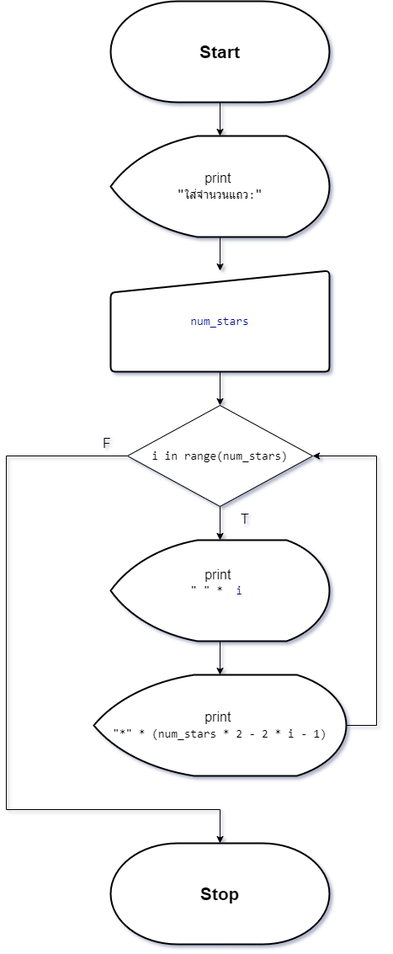
Earlier version of the draw.io export asset/F_png_file/sp_2.drawio.png (TeaplusSsuwan/graphic_code). Source tidied: cells renumbered, new cells last; positions are measured from the earlier drawing's top-left corner, leaving out a move shared by most shapes.
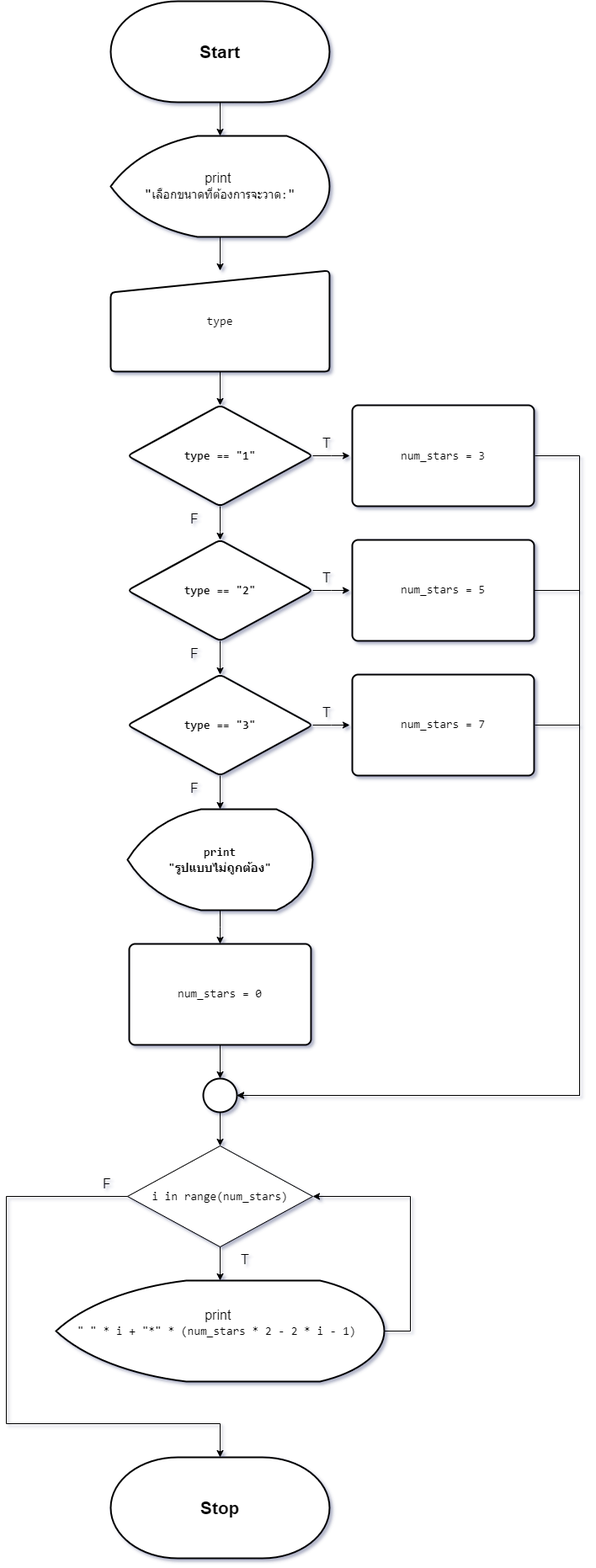
The same diagram one commit later.

Diff of the diagram source:
```diff
@@ -8,58 +8,163 @@
     <mxCell id="3" style="edgeStyle=orthogonalEdgeStyle;rounded=0;jettySize=auto;html=1;entryX=0.5;entryY=0;entryDx=0;entryDy=0;" parent="1" edge="1" source="4" target="7">
       <mxGeometry relative="1" as="geometry" />
     </mxCell>
-    <mxCell id="4" value="&lt;font style=&quot;font-size: 16px;&quot;&gt;print&amp;nbsp;&lt;/font&gt;&lt;div&gt;&lt;span style=&quot;font-family: Consolas, &amp;quot;Courier New&amp;quot;, monospace; white-space: pre;&quot;&gt;&lt;font style=&quot;font-size: 16px;&quot;&gt;&quot;&lt;/font&gt;&lt;/span&gt;&lt;span style=&quot;background-color: rgb(255, 255, 255); font-family: Consolas, &amp;quot;Courier New&amp;quot;, monospace; font-size: 14px; white-space: pre;&quot;&gt;ใส่จำนวนแถว:&lt;/span&gt;&lt;span style=&quot;font-family: Consolas, &amp;quot;Courier New&amp;quot;, monospace; font-size: 16px; white-space: pre; background-color: initial;&quot;&gt;&quot;&lt;/span&gt;&lt;br&gt;&lt;/div&gt;" style="strokeWidth=2;html=1;shape=mxgraph.flowchart.display;whiteSpace=wrap;" parent="1" vertex="1">
+    <mxCell id="4" value="&lt;font style=&quot;font-size: 16px;&quot;&gt;print&amp;nbsp;&lt;/font&gt;&lt;div&gt;&lt;span style=&quot;font-family: Consolas, &amp;quot;Courier New&amp;quot;, monospace; white-space: pre;&quot;&gt;&lt;font style=&quot;font-size: 16px;&quot;&gt;&quot;&lt;/font&gt;&lt;/span&gt;&lt;span style=&quot;font-family: Consolas, &amp;quot;Courier New&amp;quot;, monospace; font-size: 14px; white-space: pre;&quot;&gt;เลือกขนาดที่ต้องการจะวาด&lt;/span&gt;&lt;span style=&quot;font-family: Consolas, &amp;quot;Courier New&amp;quot;, monospace; font-size: 14px; white-space: pre;&quot;&gt;:&lt;/span&gt;&lt;span style=&quot;font-family: Consolas, &amp;quot;Courier New&amp;quot;, monospace; font-size: 16px; white-space: pre;&quot;&gt;&quot;&lt;/span&gt;&lt;br&gt;&lt;/div&gt;" style="strokeWidth=2;html=1;shape=mxgraph.flowchart.display;whiteSpace=wrap;" parent="1" vertex="1">
       <mxGeometry x="124" y="160" width="260" height="120" as="geometry" />
     </mxCell>
     <mxCell id="5" style="edgeStyle=orthogonalEdgeStyle;rounded=0;jettySize=auto;html=1;entryX=0.5;entryY=0;entryDx=0;entryDy=0;entryPerimeter=0;" parent="1" edge="1" source="2" target="4">
       <mxGeometry relative="1" as="geometry" />
     </mxCell>
-    <mxCell id="6" style="edgeStyle=orthogonalEdgeStyle;rounded=0;jettySize=auto;html=1;" parent="1" edge="1" source="7" target="12">
-      <mxGeometry relative="1" as="geometry" />
-    </mxCell>
+    <mxCell id="18" style="edgeStyle=orthogonalEdgeStyle;rounded=0;jettySize=auto;html=1;" parent="1" edge="1" source="7" target="22">
+      <mxGeometry relative="1" as="geometry" />
+    </mxCell>
-    <mxCell id="7" value="&lt;div style=&quot;font-size: 16px;&quot;&gt;&lt;div style=&quot;font-family: Consolas, &amp;quot;Courier New&amp;quot;, monospace; font-size: 14px; line-height: 19px; white-space: pre;&quot;&gt;&lt;div style=&quot;background-color: rgb(255, 255, 255); line-height: 19px;&quot;&gt;&lt;span style=&quot;color: #001080;&quot;&gt;num_stars&lt;/span&gt;&lt;/div&gt;&lt;/div&gt;&lt;/div&gt;" style="html=1;strokeWidth=2;shape=manualInput;whiteSpace=wrap;rounded=1;size=26;arcSize=11;" parent="1" vertex="1">
+    <mxCell id="7" value="&lt;div style=&quot;font-size: 16px;&quot;&gt;&lt;div style=&quot;font-family: Consolas, &amp;quot;Courier New&amp;quot;, monospace; font-size: 14px; line-height: 19px; white-space: pre;&quot;&gt;&lt;div style=&quot;line-height: 19px;&quot;&gt;&lt;div style=&quot;line-height: 19px;&quot;&gt;type&lt;/div&gt;&lt;/div&gt;&lt;/div&gt;&lt;/div&gt;" style="html=1;strokeWidth=2;shape=manualInput;whiteSpace=wrap;rounded=1;size=26;arcSize=11;" parent="1" vertex="1">
       <mxGeometry x="124" y="320" width="260" height="120" as="geometry" />
     </mxCell>
-    <mxCell id="8" style="edgeStyle=orthogonalEdgeStyle;rounded=0;jettySize=auto;html=1;entryX=1;entryY=0.5;entryDx=0;entryDy=0;" parent="1" edge="1" source="9" target="12">
-      <mxGeometry relative="1" as="geometry">
-        <Array as="points">
-          <mxPoint x="440" y="860" />
-          <mxPoint x="440" y="540" />
-        </Array>
-      </mxGeometry>
-    </mxCell>
-    <mxCell id="9" value="&lt;font style=&quot;font-size: 16px;&quot;&gt;print&amp;nbsp;&lt;/font&gt;&lt;div&gt;&lt;div style=&quot;font-family: Consolas, &amp;quot;Courier New&amp;quot;, monospace; font-size: 14px; line-height: 19px; white-space: pre;&quot;&gt;&lt;div style=&quot;background-color: rgb(255, 255, 255); line-height: 19px;&quot;&gt;&quot;*&quot; * (num_stars * 2 - 2 * i - 1)&lt;/div&gt;&lt;/div&gt;&lt;/div&gt;" style="strokeWidth=2;html=1;shape=mxgraph.flowchart.display;whiteSpace=wrap;" parent="1" vertex="1">
-      <mxGeometry x="104" y="800" width="300" height="120" as="geometry" />
-    </mxCell>
     <mxCell id="10" value="&lt;font style=&quot;font-size: 21px;&quot;&gt;&lt;b&gt;Stop&lt;/b&gt;&lt;/font&gt;" style="strokeWidth=2;html=1;shape=mxgraph.flowchart.terminator;whiteSpace=wrap;" parent="1" vertex="1">
-      <mxGeometry x="124" y="1000" width="260" height="120" as="geometry" />
+      <mxGeometry x="124" y="1730" width="260" height="120" as="geometry" />
     </mxCell>
     <mxCell id="11" style="edgeStyle=orthogonalEdgeStyle;rounded=0;jettySize=auto;html=1;" parent="1" edge="1" source="12" target="14">
       <mxGeometry relative="1" as="geometry" />
     </mxCell>
     <mxCell id="12" value="&lt;div style=&quot;background-color: rgb(255, 255, 255); font-family: Consolas, &amp;quot;Courier New&amp;quot;, monospace; font-size: 14px; line-height: 19px; white-space: pre;&quot;&gt;i in range(num_stars)&lt;/div&gt;" style="rhombus;whiteSpace=wrap;html=1;" parent="1" vertex="1">
-      <mxGeometry x="144" y="480" width="220" height="120" as="geometry" />
+      <mxGeometry x="144" y="1360" width="220" height="120" as="geometry" />
     </mxCell>
-    <mxCell id="13" style="edgeStyle=orthogonalEdgeStyle;rounded=0;jettySize=auto;html=1;" parent="1" edge="1" source="14" target="9">
-      <mxGeometry relative="1" as="geometry" />
-    </mxCell>
+    <mxCell id="19" style="edgeStyle=orthogonalEdgeStyle;rounded=0;jettySize=auto;html=1;entryX=1;entryY=0.5;entryDx=0;entryDy=0;" parent="1" edge="1" source="14" target="12">
+      <mxGeometry relative="1" as="geometry">
+        <Array as="points">
+          <mxPoint x="480" y="1580" />
+          <mxPoint x="480" y="1420" />
+        </Array>
+      </mxGeometry>
+    </mxCell>
-    <mxCell id="14" value="&lt;font style=&quot;font-size: 16px;&quot;&gt;print&amp;nbsp;&lt;/font&gt;&lt;div&gt;&lt;div style=&quot;font-family: Consolas, &amp;quot;Courier New&amp;quot;, monospace; font-size: 14px; line-height: 19px; white-space: pre;&quot;&gt;&quot; &quot; * &lt;span style=&quot;background-color: rgb(255, 255, 255);&quot;&gt; &lt;/span&gt;&lt;span style=&quot;color: rgb(0, 16, 128);&quot;&gt;i&lt;/span&gt;&lt;span style=&quot;background-color: rgb(255, 255, 255);&quot;&gt; &lt;/span&gt;&lt;br&gt;&lt;/div&gt;&lt;div style=&quot;font-family: Consolas, &amp;quot;Courier New&amp;quot;, monospace; font-size: 14px; line-height: 19px; white-space: pre;&quot;&gt; &lt;/div&gt;&lt;/div&gt;" style="strokeWidth=2;html=1;shape=mxgraph.flowchart.display;whiteSpace=wrap;" parent="1" vertex="1">
-      <mxGeometry x="124" y="640" width="260" height="120" as="geometry" />
+    <mxCell id="14" value="&lt;font style=&quot;font-size: 16px;&quot;&gt;print&amp;nbsp;&lt;/font&gt;&lt;div&gt;&lt;div style=&quot;font-family: Consolas, &amp;quot;Courier New&amp;quot;, monospace; font-size: 14px; line-height: 19px; white-space: pre;&quot;&gt;&quot; &quot; * i + &quot;*&quot; * (num_stars * 2 - 2 * i - 1) &lt;br&gt;&lt;/div&gt;&lt;div style=&quot;font-family: Consolas, &amp;quot;Courier New&amp;quot;, monospace; font-size: 14px; line-height: 19px; white-space: pre;&quot;&gt; &lt;/div&gt;&lt;/div&gt;" style="strokeWidth=2;html=1;shape=mxgraph.flowchart.display;whiteSpace=wrap;" parent="1" vertex="1">
+      <mxGeometry x="59" y="1520" width="390" height="120" as="geometry" />
     </mxCell>
     <mxCell id="15" style="edgeStyle=orthogonalEdgeStyle;rounded=0;jettySize=auto;html=1;entryX=0.5;entryY=0;entryDx=0;entryDy=0;entryPerimeter=0;exitX=0;exitY=0.5;exitDx=0;exitDy=0;" parent="1" edge="1" source="12" target="10">
       <mxGeometry relative="1" as="geometry">
         <Array as="points">
-          <mxPoint y="540" />
-          <mxPoint y="960" />
-          <mxPoint x="254" y="960" />
+          <mxPoint y="1420" />
+          <mxPoint y="1690" />
+          <mxPoint x="254" y="1690" />
         </Array>
       </mxGeometry>
     </mxCell>
     <mxCell id="16" value="T" style="text;html=1;align=center;verticalAlign=middle;whiteSpace=wrap;rounded=0;fontSize=16;fontStyle=0;" parent="1" vertex="1">
-      <mxGeometry x="254" y="600" width="60" height="30" as="geometry" />
+      <mxGeometry x="254" y="1480" width="60" height="30" as="geometry" />
     </mxCell>
     <mxCell id="17" value="F" style="text;html=1;align=center;verticalAlign=middle;whiteSpace=wrap;rounded=0;fontSize=16;fontStyle=0;" parent="1" vertex="1">
-      <mxGeometry x="90" y="510" width="60" height="30" as="geometry" />
+      <mxGeometry x="90" y="1390" width="60" height="30" as="geometry" />
     </mxCell>
+    <mxCell id="20" style="edgeStyle=orthogonalEdgeStyle;rounded=0;jettySize=auto;html=1;labelBackgroundColor=none;fontColor=default;fontSize=14;fontStyle=1;exitX=1;exitY=0;exitDx=0;exitDy=0;" parent="1" edge="1" source="39" target="25">
+      <mxGeometry relative="1" as="geometry">
+        <Array as="points">
+          <mxPoint x="254" y="630" />
+          <mxPoint x="254" y="630" />
+        </Array>
+      </mxGeometry>
+    </mxCell>
+    <mxCell id="21" style="edgeStyle=orthogonalEdgeStyle;rounded=0;jettySize=auto;html=1;labelBackgroundColor=none;fontColor=default;fontSize=14;fontStyle=1;" parent="1" edge="1" source="22">
+      <mxGeometry relative="1" as="geometry">
+        <mxPoint x="408" y="540" as="targetPoint" />
+      </mxGeometry>
+    </mxCell>
+    <mxCell id="22" value="&lt;br style=&quot;font-size: 14px;&quot;&gt;&lt;div style=&quot;font-family: Consolas, &amp;quot;Courier New&amp;quot;, monospace; font-size: 14px; line-height: 19px; white-space: pre;&quot;&gt;&lt;div style=&quot;font-size: 14px;&quot;&gt;&lt;span style=&quot;font-size: 14px;&quot;&gt;type&lt;/span&gt;&lt;span style=&quot;font-size: 14px;&quot;&gt; == &lt;/span&gt;&lt;span style=&quot;font-size: 14px;&quot;&gt;&quot;1&quot;&lt;/span&gt;&lt;/div&gt;&lt;/div&gt;&lt;div style=&quot;font-size: 14px;&quot;&gt;&lt;br style=&quot;font-size: 14px;&quot;&gt;&lt;/div&gt;" style="rhombus;whiteSpace=wrap;html=1;strokeWidth=2;rounded=1;arcSize=11;labelBackgroundColor=none;fontColor=default;fontSize=14;fontStyle=1;" parent="1" vertex="1">
+      <mxGeometry x="144" y="480" width="220" height="120" as="geometry" />
+    </mxCell>
+    <mxCell id="23" style="edgeStyle=orthogonalEdgeStyle;rounded=0;jettySize=auto;html=1;labelBackgroundColor=none;fontColor=default;fontSize=14;fontStyle=1;" parent="1" edge="1" source="25" target="28">
+      <mxGeometry relative="1" as="geometry" />
+    </mxCell>
+    <mxCell id="24" style="edgeStyle=orthogonalEdgeStyle;rounded=0;jettySize=auto;html=1;labelBackgroundColor=none;fontColor=default;fontSize=14;fontStyle=1;" parent="1" edge="1" source="25">
+      <mxGeometry relative="1" as="geometry">
+        <mxPoint x="408" y="700" as="targetPoint" />
+      </mxGeometry>
+    </mxCell>
+    <mxCell id="25" value="&lt;br style=&quot;font-size: 14px;&quot;&gt;&lt;div style=&quot;font-family: Consolas, &amp;quot;Courier New&amp;quot;, monospace; font-size: 14px; line-height: 19px; white-space: pre;&quot;&gt;&lt;div style=&quot;font-size: 14px;&quot;&gt;&lt;span style=&quot;font-size: 14px;&quot;&gt;type&lt;/span&gt;&lt;span style=&quot;font-size: 14px;&quot;&gt; == &lt;/span&gt;&lt;span style=&quot;font-size: 14px;&quot;&gt;&quot;2&quot;&lt;/span&gt;&lt;/div&gt;&lt;/div&gt;&lt;div style=&quot;font-size: 14px;&quot;&gt;&lt;br style=&quot;font-size: 14px;&quot;&gt;&lt;/div&gt;" style="rhombus;whiteSpace=wrap;html=1;strokeWidth=2;rounded=1;arcSize=11;labelBackgroundColor=none;fontColor=default;fontSize=14;fontStyle=1;" parent="1" vertex="1">
+      <mxGeometry x="144" y="640" width="220" height="120" as="geometry" />
+    </mxCell>
+    <mxCell id="26" style="edgeStyle=orthogonalEdgeStyle;rounded=0;jettySize=auto;html=1;labelBackgroundColor=none;fontColor=default;fontSize=14;fontStyle=1;" parent="1" edge="1" source="28">
+      <mxGeometry relative="1" as="geometry">
+        <mxPoint x="408" y="860" as="targetPoint" />
+      </mxGeometry>
+    </mxCell>
+    <mxCell id="27" style="edgeStyle=orthogonalEdgeStyle;rounded=0;jettySize=auto;html=1;" parent="1" edge="1" source="28" target="30">
+      <mxGeometry relative="1" as="geometry" />
+    </mxCell>
+    <mxCell id="28" value="&lt;br style=&quot;font-size: 14px;&quot;&gt;&lt;div style=&quot;font-family: Consolas, &amp;quot;Courier New&amp;quot;, monospace; font-size: 14px; line-height: 19px; white-space: pre;&quot;&gt;&lt;div style=&quot;font-size: 14px;&quot;&gt;&lt;span style=&quot;font-size: 14px;&quot;&gt;type&lt;/span&gt;&lt;span style=&quot;font-size: 14px;&quot;&gt; == &lt;/span&gt;&lt;span style=&quot;font-size: 14px;&quot;&gt;&quot;3&quot;&lt;/span&gt;&lt;/div&gt;&lt;/div&gt;&lt;div style=&quot;font-size: 14px;&quot;&gt;&lt;br style=&quot;font-size: 14px;&quot;&gt;&lt;/div&gt;" style="rhombus;whiteSpace=wrap;html=1;strokeWidth=2;rounded=1;arcSize=11;labelBackgroundColor=none;fontColor=default;fontSize=14;fontStyle=1;" parent="1" vertex="1">
+      <mxGeometry x="144" y="800" width="220" height="120" as="geometry" />
+    </mxCell>
+    <mxCell id="29" style="edgeStyle=orthogonalEdgeStyle;rounded=0;jettySize=auto;html=1;entryX=0.5;entryY=0;entryDx=0;entryDy=0;labelBackgroundColor=none;fontColor=default;fontSize=14;fontStyle=1;" parent="1" edge="1" source="30">
+      <mxGeometry relative="1" as="geometry">
+        <mxPoint x="254" y="1120" as="targetPoint" />
+      </mxGeometry>
+    </mxCell>
+    <mxCell id="30" value="&lt;div style=&quot;font-family: Consolas, &amp;quot;Courier New&amp;quot;, monospace; font-size: 14px; line-height: 19px; white-space: pre;&quot;&gt;&lt;div style=&quot;line-height: 19px; font-size: 14px;&quot;&gt;&lt;span style=&quot;font-size: 14px;&quot;&gt;print&lt;/span&gt;&lt;/div&gt;&lt;/div&gt;&lt;div style=&quot;font-family: Consolas, &amp;quot;Courier New&amp;quot;, monospace; font-size: 14px; line-height: 19px; white-space: pre;&quot;&gt;&lt;span style=&quot;font-size: 14px;&quot;&gt;&quot;รูปแบบไม่ถูกต้อง&quot;&lt;/span&gt;&lt;/div&gt;" style="strokeWidth=2;html=1;shape=mxgraph.flowchart.display;whiteSpace=wrap;labelBackgroundColor=none;fontColor=default;fontSize=14;fontStyle=1;" parent="1" vertex="1">
+      <mxGeometry x="144" y="960" width="220" height="120" as="geometry" />
+    </mxCell>
+    <mxCell id="31" style="edgeStyle=orthogonalEdgeStyle;rounded=0;jettySize=auto;html=1;entryX=1;entryY=0.5;entryDx=0;entryDy=0;" parent="1" edge="1" target="35">
+      <mxGeometry relative="1" as="geometry">
+        <mxPoint x="628" y="540" as="sourcePoint" />
+        <Array as="points">
+          <mxPoint x="681" y="540" />
+          <mxPoint x="681" y="1300" />
+        </Array>
+      </mxGeometry>
+    </mxCell>
+    <mxCell id="32" style="edgeStyle=orthogonalEdgeStyle;rounded=0;jettySize=auto;html=1;entryX=1;entryY=0.5;entryDx=0;entryDy=0;exitX=1;exitY=0.5;exitDx=0;exitDy=0;" parent="1" edge="1" source="43" target="35">
+      <mxGeometry relative="1" as="geometry">
+        <Array as="points">
+          <mxPoint x="681" y="700" />
+          <mxPoint x="681" y="1300" />
+        </Array>
+      </mxGeometry>
+    </mxCell>
+    <mxCell id="33" style="edgeStyle=orthogonalEdgeStyle;rounded=0;jettySize=auto;html=1;entryX=1;entryY=0.5;entryDx=0;entryDy=0;" parent="1" edge="1" target="35">
+      <mxGeometry relative="1" as="geometry">
+        <mxPoint x="628" y="860" as="sourcePoint" />
+        <Array as="points">
+          <mxPoint x="681" y="860" />
+          <mxPoint x="681" y="1300" />
+        </Array>
+      </mxGeometry>
+    </mxCell>
+    <mxCell id="34" style="edgeStyle=orthogonalEdgeStyle;rounded=0;jettySize=auto;html=1;" parent="1" edge="1" source="35" target="12">
+      <mxGeometry relative="1" as="geometry" />
+    </mxCell>
+    <mxCell id="35" style="ellipse;whiteSpace=wrap;html=1;strokeWidth=2;labelBackgroundColor=none;fontColor=default;fontSize=14;fontStyle=1;" parent="1" vertex="1">
+      <mxGeometry x="234" y="1280" width="40" height="40" as="geometry" />
+    </mxCell>
+    <mxCell id="36" value="T" style="text;html=1;align=center;verticalAlign=middle;whiteSpace=wrap;rounded=0;fontSize=16;" parent="1" vertex="1">
+      <mxGeometry x="351" y="510" width="60" height="30" as="geometry" />
+    </mxCell>
+    <mxCell id="37" value="T" style="text;html=1;align=center;verticalAlign=middle;whiteSpace=wrap;rounded=0;fontSize=16;" parent="1" vertex="1">
+      <mxGeometry x="351" y="670" width="60" height="30" as="geometry" />
+    </mxCell>
+    <mxCell id="38" value="T" style="text;html=1;align=center;verticalAlign=middle;whiteSpace=wrap;rounded=0;fontSize=16;" parent="1" vertex="1">
+      <mxGeometry x="351" y="830" width="60" height="30" as="geometry" />
+    </mxCell>
+    <mxCell id="39" value="F" style="text;html=1;align=center;verticalAlign=middle;whiteSpace=wrap;rounded=0;fontSize=16;" parent="1" vertex="1">
+      <mxGeometry x="194" y="600" width="60" height="30" as="geometry" />
+    </mxCell>
+    <mxCell id="40" value="F" style="text;html=1;align=center;verticalAlign=middle;whiteSpace=wrap;rounded=0;fontSize=16;" parent="1" vertex="1">
+      <mxGeometry x="194" y="760" width="60" height="30" as="geometry" />
+    </mxCell>
+    <mxCell id="41" value="F" style="text;html=1;align=center;verticalAlign=middle;whiteSpace=wrap;rounded=0;fontSize=16;" parent="1" vertex="1">
+      <mxGeometry x="194" y="920" width="60" height="30" as="geometry" />
+    </mxCell>
+    <mxCell id="42" value="&lt;div style=&quot;font-family: Consolas, &amp;quot;Courier New&amp;quot;, monospace; font-size: 14px; line-height: 19px; white-space: pre;&quot;&gt;&lt;span style=&quot;background-color: rgb(255, 255, 255);&quot;&gt;num_stars = 3&lt;/span&gt;&lt;/div&gt;" style="rounded=1;whiteSpace=wrap;html=1;absoluteArcSize=1;arcSize=14;strokeWidth=2;" parent="1" vertex="1">
+      <mxGeometry x="411" y="480" width="216" height="120" as="geometry" />
+    </mxCell>
+    <mxCell id="43" value="&lt;span style=&quot;font-family: Consolas, &amp;quot;Courier New&amp;quot;, monospace; font-size: 14px; white-space: pre; background-color: rgb(255, 255, 255);&quot;&gt;num_stars&lt;/span&gt;&lt;span style=&quot;font-family: Consolas, &amp;quot;Courier New&amp;quot;, monospace; font-size: 14px; white-space: pre; background-color: rgb(255, 255, 255);&quot;&gt; = 5&lt;/span&gt;" style="rounded=1;whiteSpace=wrap;html=1;absoluteArcSize=1;arcSize=14;strokeWidth=2;" parent="1" vertex="1">
+      <mxGeometry x="411" y="640" width="216" height="120" as="geometry" />
+    </mxCell>
+    <mxCell id="44" value="&lt;span style=&quot;font-family: Consolas, &amp;quot;Courier New&amp;quot;, monospace; font-size: 14px; white-space: pre; background-color: rgb(255, 255, 255);&quot;&gt;num_stars&lt;/span&gt;&lt;span style=&quot;font-family: Consolas, &amp;quot;Courier New&amp;quot;, monospace; font-size: 14px; white-space: pre; background-color: rgb(255, 255, 255);&quot;&gt; = 7&lt;/span&gt;" style="rounded=1;whiteSpace=wrap;html=1;absoluteArcSize=1;arcSize=14;strokeWidth=2;" parent="1" vertex="1">
+      <mxGeometry x="411" y="800" width="216" height="120" as="geometry" />
+    </mxCell>
+    <mxCell id="45" style="edgeStyle=orthogonalEdgeStyle;rounded=0;jettySize=auto;html=1;" parent="1" edge="1" source="46" target="35">
+      <mxGeometry relative="1" as="geometry" />
+    </mxCell>
+    <mxCell id="46" value="&lt;span style=&quot;font-family: Consolas, &amp;quot;Courier New&amp;quot;, monospace; font-size: 14px; white-space: pre; background-color: rgb(255, 255, 255);&quot;&gt;num_stars&lt;/span&gt;&lt;span style=&quot;font-family: Consolas, &amp;quot;Courier New&amp;quot;, monospace; font-size: 14px; white-space: pre; background-color: rgb(255, 255, 255);&quot;&gt; = 0&lt;/span&gt;" style="rounded=1;whiteSpace=wrap;html=1;absoluteArcSize=1;arcSize=14;strokeWidth=2;" parent="1" vertex="1">
+      <mxGeometry x="146" y="1120" width="216" height="120" as="geometry" />
+    </mxCell>
   </root>
 </mxGraphModel>
```
